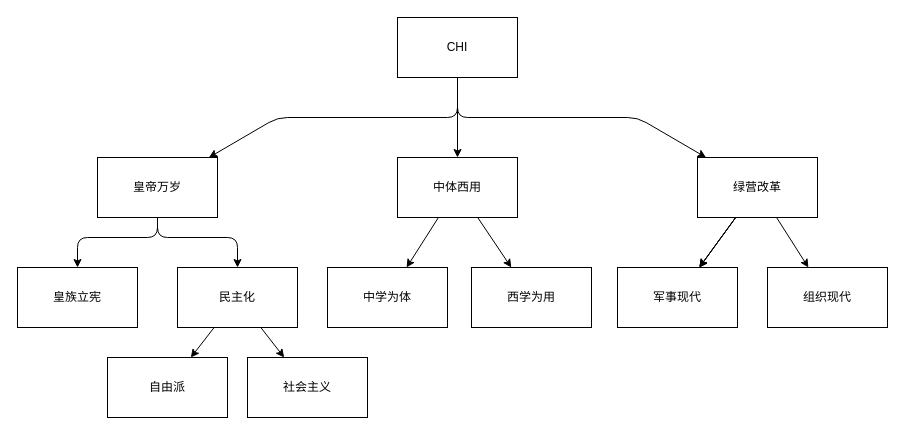
HCPTangHY/Victoria3mod-MJEE keeps this draw.io diagram as trees.drawio. Above is the earlier version. Source tidied: cells renumbered, new cells numbered last; positions are measured from the earlier drawing's top-left corner, leaving out a move shared by most shapes. Both pictures are drawn from the tidied source at 100%, with x=0, y=0 at pixel (17, 17).
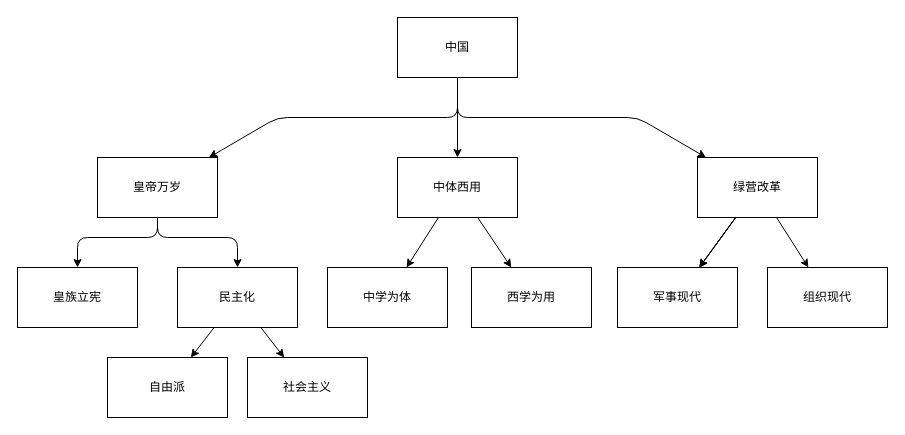
Above is the later version.

Diff of the diagram source:
```diff
@@
-    <mxCell id="5" value="CHI" style="rounded=0;whiteSpace=wrap;html=1;" parent="1" vertex="1">
+    <mxCell id="5" value="中国" style="rounded=0;whiteSpace=wrap;html=1;" parent="1" vertex="1">
       <mxGeometry x="380" width="120" height="60" as="geometry" />
     </mxCell>
```
